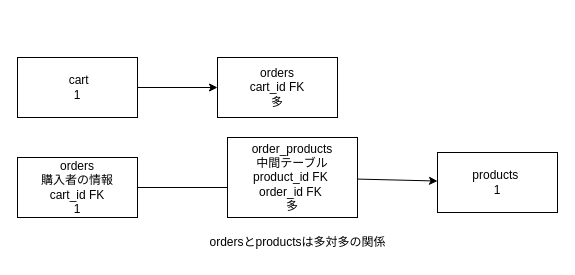
Earlier version of the draw.io diagram checkout.drawio (okuyama-code/rails_EC). Source tidied: cells renumbered, new cells numbered last; positions are measured from the earlier drawing's top-left corner, leaving out a move shared by most shapes. Both pictures are drawn from the tidied source at 100%, with x=0, y=0 at pixel (17, 57).
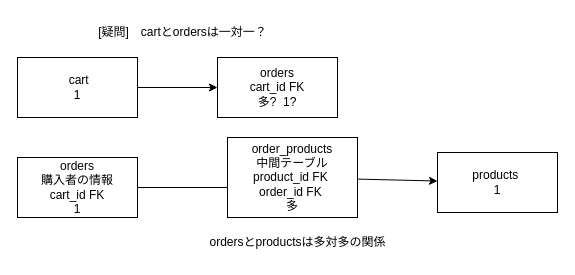
The same diagram, later.

Change to the diagram source:
```diff
@@
 <mxGraphModel>
   <root>
     <mxCell id="0" />
     <mxCell id="1" parent="0" />
     <mxCell id="2" style="edgeStyle=none;html=1;" parent="1" edge="1" source="3" target="4">
       <mxGeometry relative="1" as="geometry" />
     </mxCell>
     <mxCell id="3" value="&amp;nbsp;cart&lt;br&gt;1" style="rounded=0;whiteSpace=wrap;html=1;" parent="1" vertex="1">
       <mxGeometry width="120" height="60" as="geometry" />
     </mxCell>
-    <mxCell id="4" value="orders&lt;br&gt;cart_id FK&lt;br&gt;多" style="rounded=0;whiteSpace=wrap;html=1;" parent="1" vertex="1">
+    <mxCell id="4" value="orders&lt;br&gt;cart_id FK&lt;br&gt;多?&amp;nbsp; 1?" style="rounded=0;whiteSpace=wrap;html=1;" parent="1" vertex="1">
       <mxGeometry x="200" width="120" height="60" as="geometry" />
     </mxCell>
     <mxCell id="5" style="edgeStyle=none;html=1;" parent="1" edge="1" source="6">
       <mxGeometry relative="1" as="geometry">
         <mxPoint x="220" y="130" as="targetPoint" />
       </mxGeometry>
     </mxCell>
     <mxCell id="6" value="orders&lt;br&gt;購入者の情報&lt;br&gt;cart_id FK&lt;br&gt;1" style="rounded=0;whiteSpace=wrap;html=1;" parent="1" vertex="1">
       <mxGeometry y="100" width="120" height="60" as="geometry" />
     </mxCell>
     <mxCell id="7" style="edgeStyle=none;html=1;" parent="1" edge="1" source="8" target="9">
       <mxGeometry relative="1" as="geometry" />
     </mxCell>
     <mxCell id="8" value="order_products&lt;br&gt;中間テーブル&lt;br&gt;product_id FK&amp;nbsp;&lt;br&gt;order_id FK&amp;nbsp;&lt;br&gt;多" style="rounded=0;whiteSpace=wrap;html=1;" parent="1" vertex="1">
       <mxGeometry x="210" y="80" width="130" height="80" as="geometry" />
     </mxCell>
     <mxCell id="9" value="products&amp;nbsp;&lt;br&gt;1" style="whiteSpace=wrap;html=1;rounded=0;" parent="1" vertex="1">
       <mxGeometry x="420" y="95" width="120" height="60" as="geometry" />
     </mxCell>
     <mxCell id="10" value="ordersとproductsは多対多の関係&lt;br&gt;" style="text;html=1;align=center;verticalAlign=middle;strokeColor=none;fillColor=none;" parent="1" vertex="1">
       <mxGeometry x="180" y="170" width="200" height="30" as="geometry" />
     </mxCell>
+    <mxCell id="11" value="[疑問]　cartとordersは一対一？" style="text;html=1;align=center;verticalAlign=middle;strokeColor=none;fillColor=none;" parent="1" vertex="1">
+      <mxGeometry x="70" y="-40" width="190" height="30" as="geometry" />
+    </mxCell>
   </root>
 </mxGraphModel>
```
